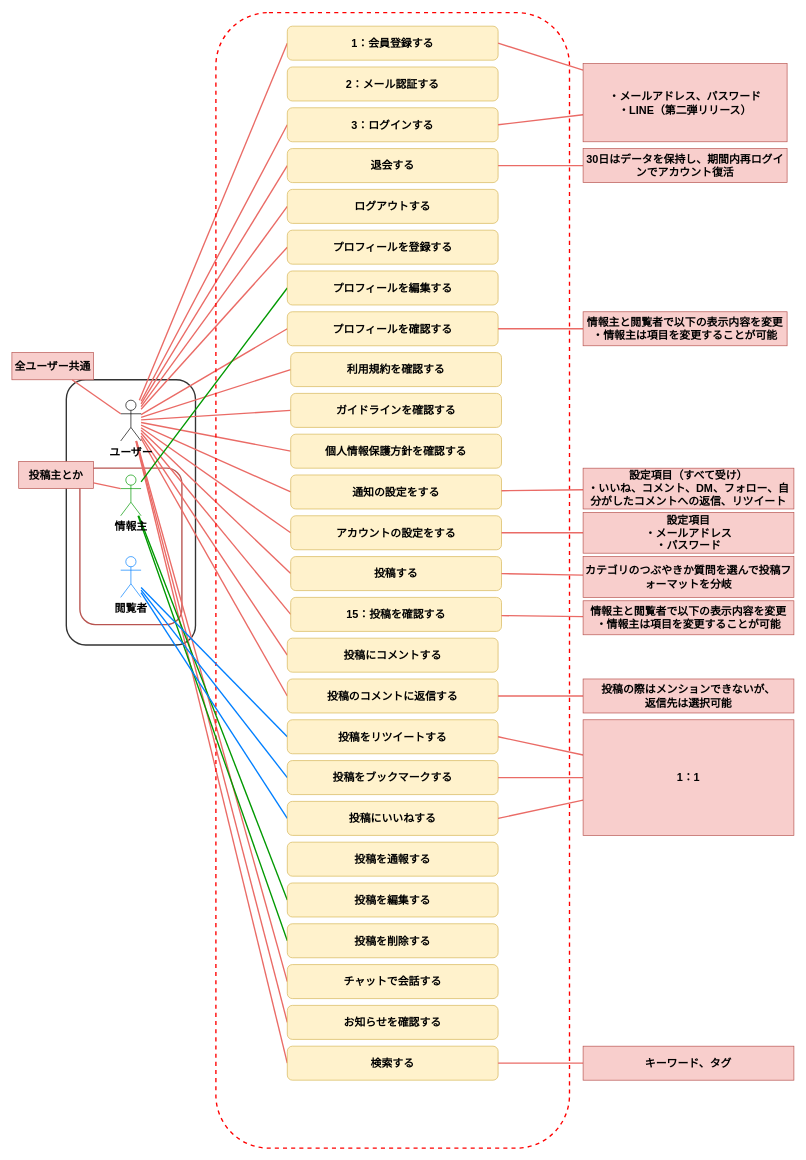
Earlier version of the draw.io diagram page "ユースケース図" (1 of 2) of modeling.drawio (haseryo0403/VenTal). Source tidied: cells renumbered, new cells numbered last; positions are measured from the earlier drawing's top-left corner, leaving out a move shared by most shapes. Both pictures are drawn from the tidied source at 68%, with x=0, y=0 at pixel (12, 12).
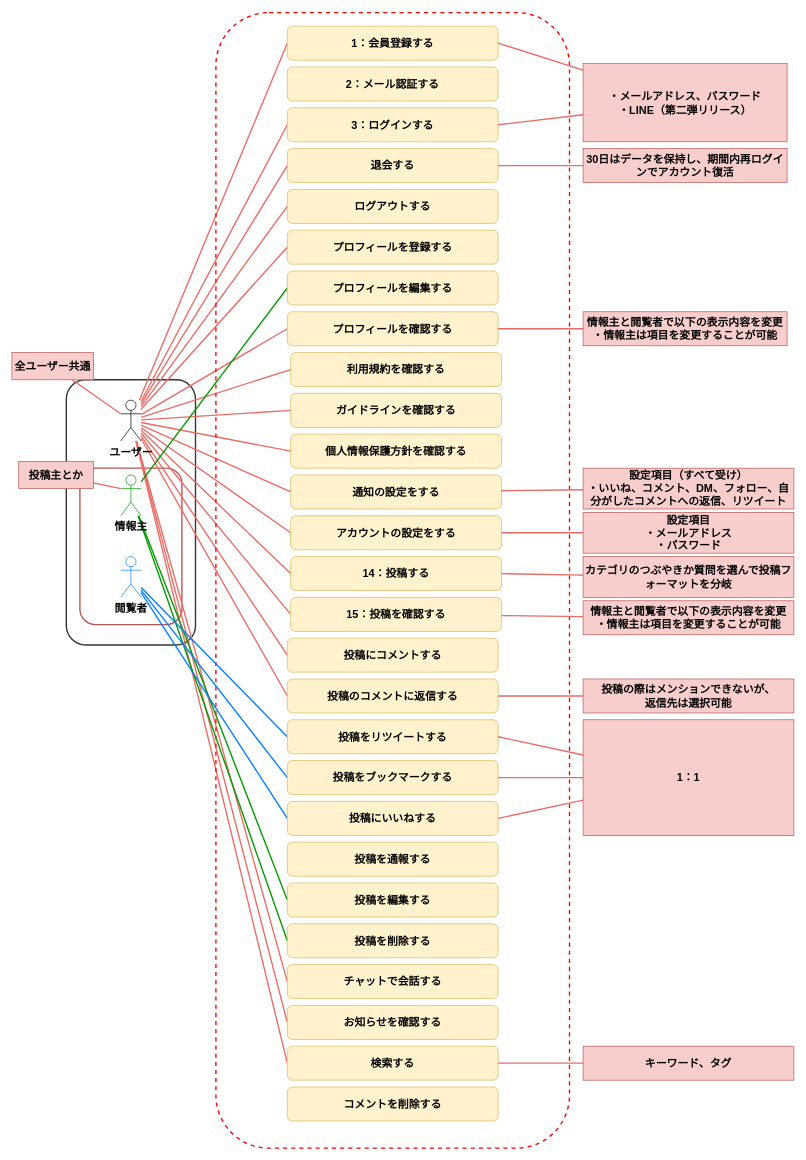
Above is the later version.

Diff of the diagram source:
```diff
@@
-    <mxCell id="46" value="投稿する" style="rounded=1;whiteSpace=wrap;html=1;strokeColor=#d6b656;align=center;verticalAlign=middle;fontFamily=Helvetica;fontSize=16;fontStyle=1;fillColor=#fff2cc;" parent="1" vertex="1">
+    <mxCell id="46" value="14：投稿する" style="rounded=1;whiteSpace=wrap;html=1;strokeColor=#d6b656;align=center;verticalAlign=middle;fontFamily=Helvetica;fontSize=16;fontStyle=1;fillColor=#fff2cc;" parent="1" vertex="1">
       <mxGeometry x="410" y="800" width="310" height="50" as="geometry" />
     </mxCell>
@@
+    <mxCell id="86" value="コメントを削除する" style="rounded=1;whiteSpace=wrap;html=1;strokeColor=#d6b656;align=center;verticalAlign=middle;fontFamily=Helvetica;fontSize=16;fontStyle=1;fillColor=#fff2cc;" parent="1" vertex="1">
+      <mxGeometry x="405" y="1580" width="310" height="50" as="geometry" />
+    </mxCell>
```
